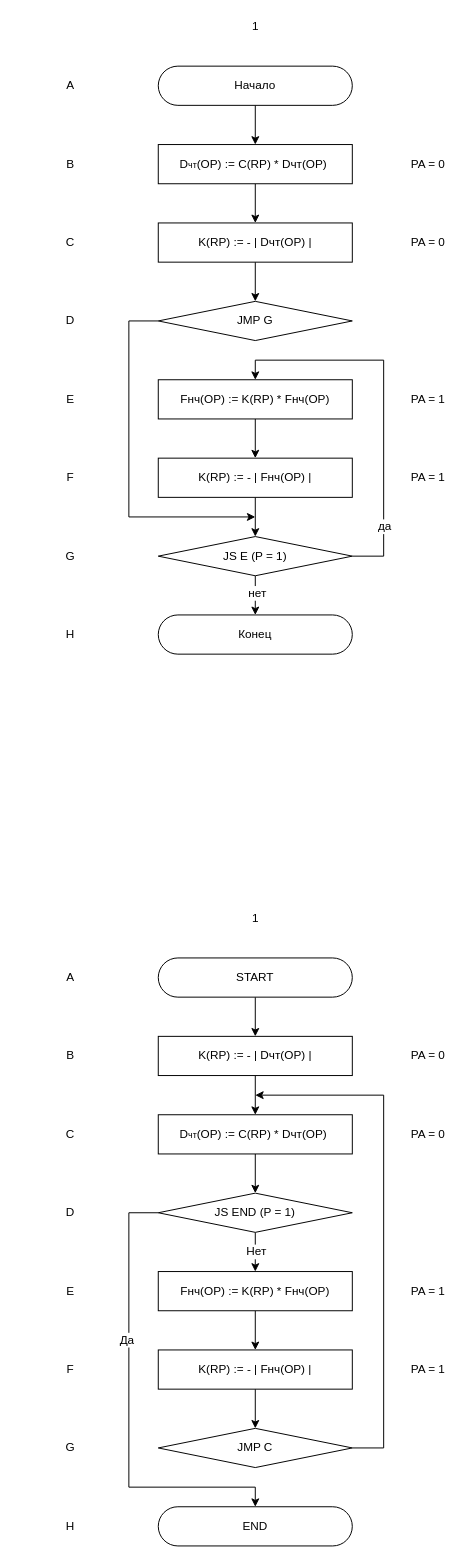
meyakovenkoj/processor-coursework keeps this draw.io diagram as draw.io/test_algo.drawio. Above is the earlier version. Source tidied: cells renumbered, new cells numbered last; positions are measured from the earlier drawing's top-left corner, leaving out a move shared by most shapes. Both pictures are drawn from the tidied source at 98%, with x=0, y=0 at pixel (60, 17).
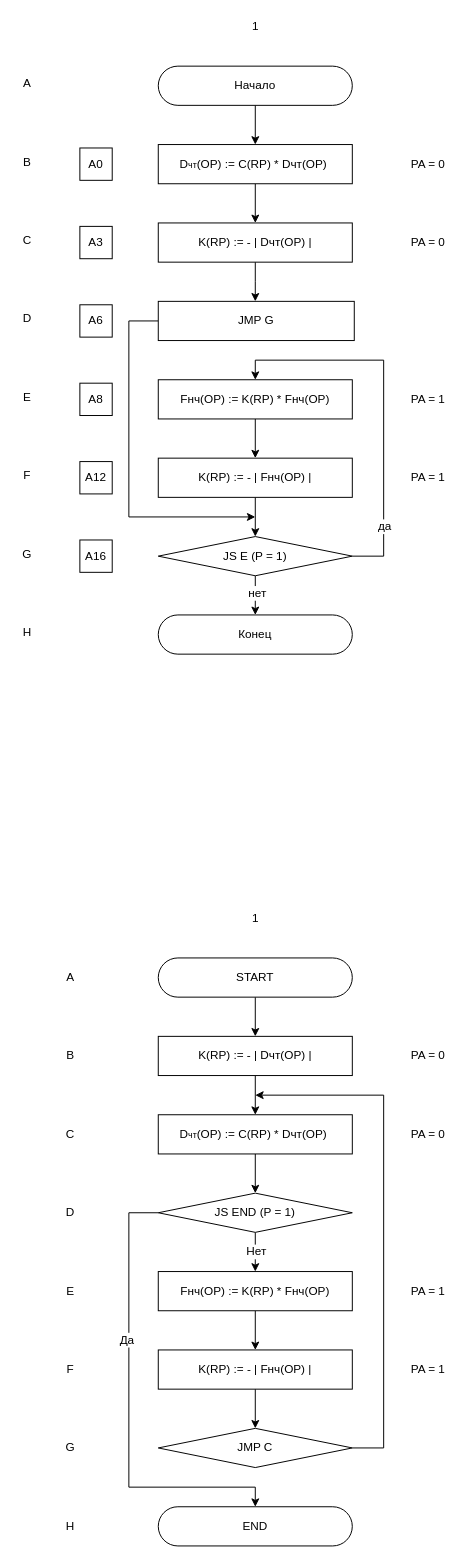
The same diagram, later.

The change refers to these unchanged cells:
```xml
<mxCell id="6" value="&lt;span style=&quot;white-space: normal&quot;&gt;K(RP) := - | Dчт(OP) |&lt;/span&gt;" style="rounded=0;whiteSpace=wrap;html=1;" parent="1" vertex="1">
  <mxGeometry x="100" y="210" width="198" height="40" as="geometry" />
</mxCell>
```

The edit, as a diff of the source:
```diff
@@
-    <mxCell id="5" style="edgeStyle=orthogonalEdgeStyle;rounded=0;jettySize=auto;html=1;entryX=0.5;entryY=0;entryDx=0;entryDy=0;" parent="1" edge="1" source="6" target="19">
-      <mxGeometry relative="1" as="geometry" />
+    <mxCell id="5" style="edgeStyle=orthogonalEdgeStyle;rounded=0;jettySize=auto;html=1;entryX=0.5;entryY=0;entryDx=0;entryDy=0;" parent="1" edge="1" source="6">
+      <mxGeometry relative="1" as="geometry">
+        <mxPoint x="199" y="290" as="targetPoint" />
+      </mxGeometry>
     </mxCell>
@@
-    <mxCell id="18" style="edgeStyle=orthogonalEdgeStyle;rounded=0;jettySize=auto;html=1;" parent="1" edge="1" source="19">
+    <mxCell id="18" style="edgeStyle=orthogonalEdgeStyle;rounded=0;orthogonalLoop=1;jettySize=auto;html=1;" parent="1" edge="1">
       <mxGeometry relative="1" as="geometry">
+        <mxPoint x="100" y="310" as="sourcePoint" />
         <mxPoint x="199" y="510" as="targetPoint" />
         <Array as="points">
           <mxPoint x="70" y="310" />
           <mxPoint x="70" y="510" />
         </Array>
       </mxGeometry>
     </mxCell>
-    <mxCell id="19" value="JMP G" style="rhombus;whiteSpace=wrap;html=1;" parent="1" vertex="1">
-      <mxGeometry x="100" y="290" width="198" height="40" as="geometry" />
-    </mxCell>
@@
     <mxCell id="25" value="A" style="text;html=1;align=center;verticalAlign=middle;" parent="1" vertex="1">
-      <mxGeometry y="60" width="20" height="20" as="geometry" />
+      <mxGeometry x="-44" y="58" width="20" height="20" as="geometry" />
     </mxCell>
     <mxCell id="26" value="B" style="text;html=1;align=center;verticalAlign=middle;" parent="1" vertex="1">
-      <mxGeometry y="140" width="20" height="20" as="geometry" />
+      <mxGeometry x="-44" y="138" width="20" height="20" as="geometry" />
     </mxCell>
     <mxCell id="27" value="G" style="text;html=1;align=center;verticalAlign=middle;" parent="1" vertex="1">
-      <mxGeometry y="540" width="20" height="20" as="geometry" />
+      <mxGeometry x="-44" y="538" width="20" height="20" as="geometry" />
     </mxCell>
     <mxCell id="28" value="C" style="text;html=1;align=center;verticalAlign=middle;" parent="1" vertex="1">
-      <mxGeometry y="220" width="20" height="20" as="geometry" />
+      <mxGeometry x="-44" y="218" width="20" height="20" as="geometry" />
     </mxCell>
     <mxCell id="29" value="E" style="text;html=1;align=center;verticalAlign=middle;" parent="1" vertex="1">
-      <mxGeometry y="380" width="20" height="20" as="geometry" />
+      <mxGeometry x="-44" y="378" width="20" height="20" as="geometry" />
     </mxCell>
     <mxCell id="30" value="D" style="text;html=1;align=center;verticalAlign=middle;" parent="1" vertex="1">
-      <mxGeometry y="300" width="20" height="20" as="geometry" />
+      <mxGeometry x="-44" y="298" width="20" height="20" as="geometry" />
     </mxCell>
     <mxCell id="31" value="F" style="text;html=1;align=center;verticalAlign=middle;" parent="1" vertex="1">
-      <mxGeometry y="460" width="20" height="20" as="geometry" />
+      <mxGeometry x="-44" y="458" width="20" height="20" as="geometry" />
     </mxCell>
     <mxCell id="32" value="H" style="text;html=1;align=center;verticalAlign=middle;" parent="1" vertex="1">
-      <mxGeometry y="620" width="20" height="20" as="geometry" />
+      <mxGeometry x="-44" y="618" width="20" height="20" as="geometry" />
     </mxCell>
@@
+    <mxCell id="64" value="A0" style="whiteSpace=wrap;html=1;" parent="1" vertex="1">
+      <mxGeometry x="20" y="133.5" width="33" height="33" as="geometry" />
+    </mxCell>
+    <mxCell id="65" value="A3" style="whiteSpace=wrap;html=1;" parent="1" vertex="1">
+      <mxGeometry x="20" y="213.5" width="33" height="33" as="geometry" />
+    </mxCell>
+    <mxCell id="66" value="A6" style="whiteSpace=wrap;html=1;" parent="1" vertex="1">
+      <mxGeometry x="20" y="293.5" width="33" height="33" as="geometry" />
+    </mxCell>
+    <mxCell id="67" value="A8" style="whiteSpace=wrap;html=1;" parent="1" vertex="1">
+      <mxGeometry x="20" y="373.5" width="33" height="33" as="geometry" />
+    </mxCell>
+    <mxCell id="68" value="A12" style="whiteSpace=wrap;html=1;" parent="1" vertex="1">
+      <mxGeometry x="20" y="453.5" width="33" height="33" as="geometry" />
+    </mxCell>
+    <mxCell id="69" value="A16" style="whiteSpace=wrap;html=1;" parent="1" vertex="1">
+      <mxGeometry x="20" y="533.5" width="33" height="33" as="geometry" />
+    </mxCell>
+    <mxCell id="19" value="&lt;span style=&quot;white-space: normal&quot;&gt;JMP G&lt;/span&gt;" style="rounded=0;whiteSpace=wrap;html=1;" parent="1" vertex="1">
+      <mxGeometry x="100" y="290" width="200" height="40" as="geometry" />
+    </mxCell>
```
